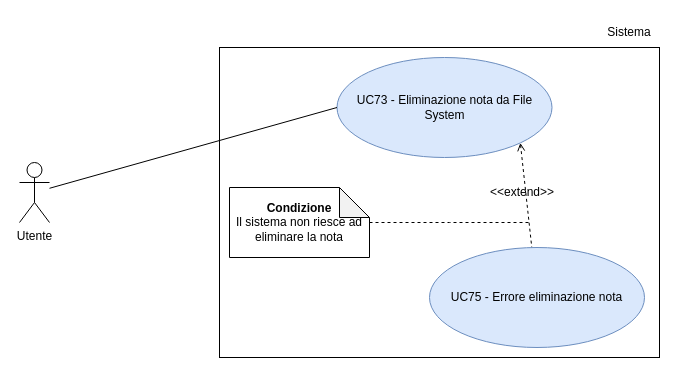
The draw.io diagram RTB/doc_esterna/analisi-dei-requisiti/assets/draw.io/UC73.drawio in thebitless-group-swe/thebitless.github.io, before the edit. Source tidied: cells renumbered, new cells numbered last; positions are measured from the earlier drawing's top-left corner, leaving out a move shared by most shapes. Both pictures are drawn from the tidied source at 100%, with x=0, y=0 at pixel (19, 17).
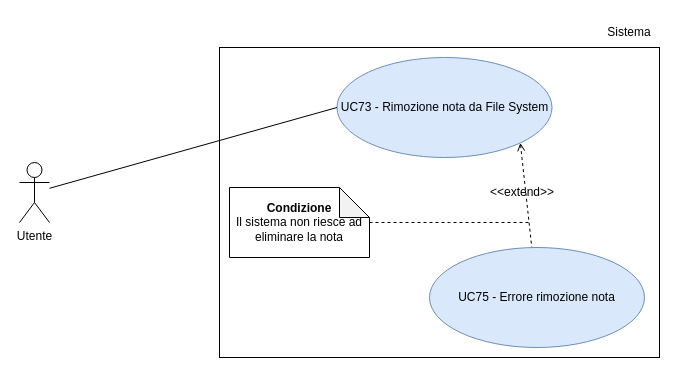
Above is the later version.

Change to the diagram source:
```diff
@@
 <mxGraphModel>
   <root>
     <mxCell id="0" />
     <mxCell id="1" parent="0" />
     <mxCell id="2" style="rounded=0;whiteSpace=wrap;html=1;" parent="1" vertex="1">
       <mxGeometry x="200" y="30" width="440" height="310" as="geometry" />
     </mxCell>
     <mxCell id="3" style="rounded=0;jettySize=auto;html=1;exitX=1;exitY=1;exitDx=0;exitDy=0;dashed=1;startArrow=open;startFill=0;endArrow=none;endFill=0;" parent="1" edge="1" source="4" target="8">
       <mxGeometry relative="1" as="geometry" />
     </mxCell>
-    <mxCell id="4" value="UC73 - Eliminazione nota da File System" style="ellipse;whiteSpace=wrap;html=1;fillColor=#dae8fc;strokeColor=#6c8ebf;" parent="1" vertex="1">
+    <mxCell id="4" value="UC73 - Rimozione nota da File System" style="ellipse;whiteSpace=wrap;html=1;fillColor=#dae8fc;strokeColor=#6c8ebf;" parent="1" vertex="1">
       <mxGeometry x="317.5" y="40" width="215" height="100" as="geometry" />
     </mxCell>
     <mxCell id="5" style="rounded=0;jettySize=auto;html=1;endArrow=none;endFill=0;entryX=0;entryY=0.5;entryDx=0;entryDy=0;" parent="1" edge="1" source="6" target="4">
       <mxGeometry relative="1" as="geometry" />
     </mxCell>
     <mxCell id="6" value="Utente" style="shape=umlActor;verticalLabelPosition=bottom;verticalAlign=top;html=1;outlineConnect=0;" parent="1" vertex="1">
       <mxGeometry y="145" width="30" height="60" as="geometry" />
     </mxCell>
     <mxCell id="7" value="Sistema" style="text;html=1;whiteSpace=wrap;strokeColor=none;fillColor=none;align=center;verticalAlign=middle;rounded=0;" parent="1" vertex="1">
       <mxGeometry x="580" width="60" height="30" as="geometry" />
     </mxCell>
-    <mxCell id="8" value="UC75 - Errore eliminazione nota" style="ellipse;whiteSpace=wrap;html=1;fillColor=#dae8fc;strokeColor=#6c8ebf;" parent="1" vertex="1">
+    <mxCell id="8" value="UC75 - Errore rimozione nota" style="ellipse;whiteSpace=wrap;html=1;fillColor=#dae8fc;strokeColor=#6c8ebf;" parent="1" vertex="1">
       <mxGeometry x="410" y="230" width="215" height="100" as="geometry" />
     </mxCell>
     <mxCell id="9" style="edgeStyle=orthogonalEdgeStyle;rounded=0;jettySize=auto;html=1;endArrow=none;endFill=0;dashed=1;" parent="1" edge="1" source="10">
       <mxGeometry relative="1" as="geometry">
         <mxPoint x="510" y="205" as="targetPoint" />
       </mxGeometry>
     </mxCell>
     <mxCell id="10" value="&lt;b&gt;Condizione&lt;/b&gt;&lt;div&gt;Il sistema non riesce ad eliminare la nota&lt;/div&gt;" style="shape=note;whiteSpace=wrap;html=1;backgroundOutline=1;darkOpacity=0.05;" parent="1" vertex="1">
       <mxGeometry x="210" y="170" width="140" height="70" as="geometry" />
     </mxCell>
     <mxCell id="11" value="&amp;lt;&amp;lt;extend&amp;gt;&amp;gt;" style="text;html=1;whiteSpace=wrap;strokeColor=none;fillColor=none;align=center;verticalAlign=middle;rounded=0;" parent="1" vertex="1">
       <mxGeometry x="472.5" y="160" width="60" height="30" as="geometry" />
     </mxCell>
   </root>
 </mxGraphModel>
```
